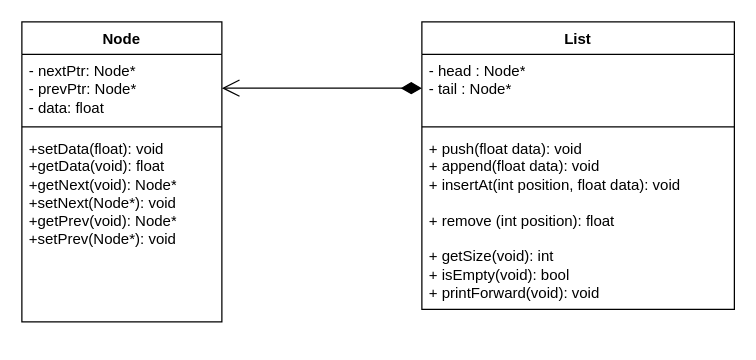
Earlier version of the draw.io diagram 01_doubly_linked_list/Doc/classDiagram.drawio (embeddeath/data-structures-and-algorithms). Source tidied: cells renumbered, new cells numbered last; positions are measured from the earlier drawing's top-left corner, leaving out a move shared by most shapes. Both pictures are drawn from the tidied source at 125%, with x=0, y=0 at pixel (21, 21).
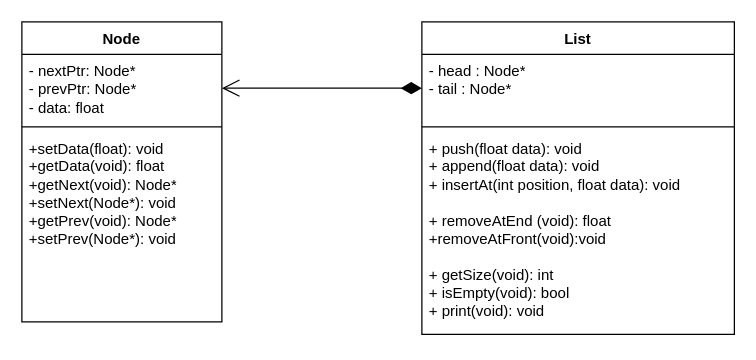
The same diagram, later.

The edit, as a diff of the source:
```diff
@@
 <mxGraphModel>
   <root>
     <mxCell id="0" />
     <mxCell id="1" parent="0" />
     <mxCell id="2" value="Node" style="swimlane;fontStyle=1;align=center;verticalAlign=top;horizontal=1;startSize=26;whiteSpace=wrap;html=1;" parent="1" vertex="1">
       <mxGeometry width="160" height="240" as="geometry" />
     </mxCell>
     <mxCell id="3" value="- nextPtr: Node*&lt;div&gt;- prevPtr: Node*&lt;/div&gt;&lt;div&gt;- data: float&lt;br&gt;&lt;div&gt;&lt;br&gt;&lt;/div&gt;&lt;div&gt;&lt;br&gt;&lt;/div&gt;&lt;/div&gt;" style="text;strokeColor=none;fillColor=none;align=left;verticalAlign=top;spacingLeft=4;spacingRight=4;overflow=hidden;whiteSpace=wrap;html=1;" parent="2" vertex="1">
       <mxGeometry y="26" width="160" height="54" as="geometry" />
     </mxCell>
     <mxCell id="4" style="line;strokeWidth=1;fillColor=none;align=left;verticalAlign=middle;spacingTop=-1;spacingLeft=3;spacingRight=3;labelPosition=right;strokeColor=inherit;" parent="2" vertex="1">
       <mxGeometry y="80" width="160" height="8" as="geometry" />
     </mxCell>
     <mxCell id="5" value="+setDa&lt;span style=&quot;background-color: transparent; color: light-dark(rgb(0, 0, 0), rgb(255, 255, 255));&quot;&gt;ta(float): void&lt;/span&gt;&lt;div&gt;&lt;span style=&quot;background-color: transparent; color: light-dark(rgb(0, 0, 0), rgb(255, 255, 255));&quot;&gt;+getData(void): float&lt;/span&gt;&lt;/div&gt;&lt;div&gt;+getNext(void): Node*&lt;/div&gt;&lt;div&gt;+setNext(Node*): void&lt;/div&gt;&lt;div&gt;&lt;div style=&quot;scrollbar-color: light-dark(#e2e2e2, #4b4b4b)&lt;br/&gt;&#9;&#9;&#9;&#9;&#9;light-dark(#fbfbfb, var(--dark-panel-color));&quot;&gt;+getPrev(void): Node*&lt;/div&gt;&lt;div style=&quot;scrollbar-color: light-dark(#e2e2e2, #4b4b4b)&lt;br/&gt;&#9;&#9;&#9;&#9;&#9;light-dark(#fbfbfb, var(--dark-panel-color));&quot;&gt;+setPrev(Node*): void&lt;/div&gt;&lt;/div&gt;&lt;div&gt;&lt;br&gt;&lt;/div&gt;&lt;div&gt;&lt;br&gt;&lt;/div&gt;" style="text;strokeColor=none;fillColor=none;align=left;verticalAlign=top;spacingLeft=4;spacingRight=4;overflow=hidden;whiteSpace=wrap;html=1;" parent="2" vertex="1">
       <mxGeometry y="88" width="160" height="152" as="geometry" />
     </mxCell>
     <mxCell id="6" value="List" style="swimlane;fontStyle=1;align=center;verticalAlign=top;horizontal=1;startSize=26;whiteSpace=wrap;html=1;" parent="1" vertex="1">
-      <mxGeometry x="320" width="250" height="230" as="geometry" />
+      <mxGeometry x="320" width="250" height="250" as="geometry" />
     </mxCell>
     <mxCell id="7" value="- head : Node*&lt;div&gt;- tail : Node*&lt;/div&gt;" style="text;strokeColor=none;fillColor=none;align=left;verticalAlign=top;spacingLeft=4;spacingRight=4;overflow=hidden;points=[[0,0.5],[1,0.5]];portConstraint=eastwest;whiteSpace=wrap;html=1;" parent="6" vertex="1">
       <mxGeometry y="26" width="250" height="54" as="geometry" />
     </mxCell>
     <mxCell id="8" style="line;strokeWidth=1;fillColor=none;align=left;verticalAlign=middle;spacingTop=-1;spacingLeft=3;spacingRight=3;labelPosition=right;strokeColor=inherit;" parent="6" vertex="1">
       <mxGeometry y="80" width="250" height="8" as="geometry" />
     </mxCell>
-    <mxCell id="9" value="+ push(float data): void&lt;div&gt;+ append(float data): void&lt;/div&gt;&lt;div&gt;+ insertAt(int position, float data): void&lt;/div&gt;&lt;div&gt;&lt;br&gt;&lt;/div&gt;&lt;div&gt;+ remove (int position): float&lt;/div&gt;&lt;div&gt;&lt;br&gt;&lt;/div&gt;&lt;div&gt;+ getSize(void): int&lt;/div&gt;&lt;div&gt;+ isEmpty(void): bool&lt;/div&gt;&lt;div&gt;+ printForward(void): void&lt;/div&gt;&lt;div&gt;&lt;br&gt;&lt;/div&gt;" style="text;strokeColor=none;fillColor=none;align=left;verticalAlign=top;spacingLeft=4;spacingRight=4;overflow=hidden;whiteSpace=wrap;html=1;" parent="6" vertex="1">
-      <mxGeometry y="88" width="250" height="142" as="geometry" />
+    <mxCell id="9" value="+ push(float data): void&lt;div&gt;+ append(float data): void&lt;/div&gt;&lt;div&gt;+ insertAt(int position, float data): void&lt;/div&gt;&lt;div&gt;&lt;br&gt;&lt;/div&gt;&lt;div&gt;+ removeAtEnd (void): float&lt;/div&gt;&lt;div&gt;+removeAtFront(void):void&lt;/div&gt;&lt;div&gt;&lt;br&gt;&lt;/div&gt;&lt;div&gt;+ getSize(void): int&lt;/div&gt;&lt;div&gt;+ isEmpty(void): bool&lt;/div&gt;&lt;div&gt;+ print(void): void&lt;/div&gt;&lt;div&gt;&lt;br&gt;&lt;/div&gt;" style="text;strokeColor=none;fillColor=none;align=left;verticalAlign=top;spacingLeft=4;spacingRight=4;overflow=hidden;whiteSpace=wrap;html=1;" parent="6" vertex="1">
+      <mxGeometry y="88" width="250" height="162" as="geometry" />
     </mxCell>
     <mxCell id="10" style="endArrow=open;html=1;endSize=12;startArrow=diamondThin;startSize=14;startFill=1;edgeStyle=orthogonalEdgeStyle;align=left;verticalAlign=bottom;rounded=0;" parent="1" edge="1" source="7">
       <mxGeometry x="-1" y="3" relative="1" as="geometry">
         <mxPoint x="160" y="53" as="targetPoint" />
       </mxGeometry>
     </mxCell>
   </root>
 </mxGraphModel>
```
